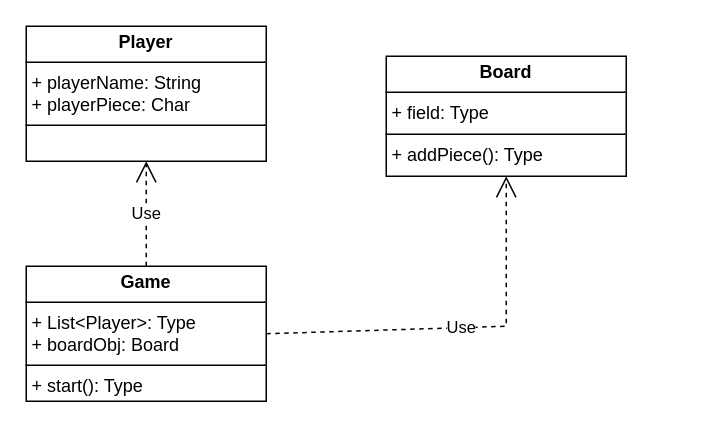
This is TicTacToeLLD/TicTacToe.drawio from ak56867/SystemDesign, a draw.io file, before an edit. Source tidied: cells renumbered, new cells numbered last; positions are measured from the earlier drawing's top-left corner, leaving out a move shared by most shapes. Both pictures are drawn from the tidied source at 150%, with x=0, y=0 at pixel (26, 26).
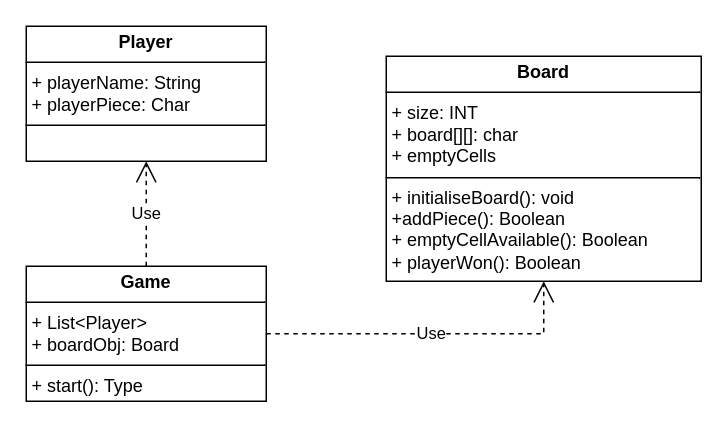
The same page after the edit.

What changed in the source:
```diff
@@
 <mxGraphModel>
   <root>
     <mxCell id="0" />
     <mxCell id="1" parent="0" />
     <mxCell id="2" value="&lt;p style=&quot;margin:0px;margin-top:4px;text-align:center;&quot;&gt;&lt;b&gt;Player&lt;/b&gt;&lt;/p&gt;&lt;hr size=&quot;1&quot; style=&quot;border-style:solid;&quot;&gt;&lt;p style=&quot;margin:0px;margin-left:4px;&quot;&gt;+ playerName: String&lt;/p&gt;&lt;p style=&quot;margin:0px;margin-left:4px;&quot;&gt;+ playerPiece: Char&lt;/p&gt;&lt;hr size=&quot;1&quot; style=&quot;border-style:solid;&quot;&gt;&lt;p style=&quot;margin:0px;margin-left:4px;&quot;&gt;&lt;br&gt;&lt;/p&gt;" style="verticalAlign=top;align=left;overflow=fill;html=1;whiteSpace=wrap;" parent="1" vertex="1">
       <mxGeometry width="160" height="90" as="geometry" />
     </mxCell>
-    <mxCell id="3" value="&lt;p style=&quot;margin:0px;margin-top:4px;text-align:center;&quot;&gt;&lt;b&gt;Board&lt;/b&gt;&lt;/p&gt;&lt;hr size=&quot;1&quot; style=&quot;border-style:solid;&quot;&gt;&lt;p style=&quot;margin:0px;margin-left:4px;&quot;&gt;+ field: Type&lt;/p&gt;&lt;hr size=&quot;1&quot; style=&quot;border-style:solid;&quot;&gt;&lt;p style=&quot;margin:0px;margin-left:4px;&quot;&gt;+ addPiece(): Type&lt;/p&gt;" style="verticalAlign=top;align=left;overflow=fill;html=1;whiteSpace=wrap;" parent="1" vertex="1">
-      <mxGeometry x="240" y="20" width="160" height="80" as="geometry" />
+    <mxCell id="3" value="&lt;p style=&quot;margin:0px;margin-top:4px;text-align:center;&quot;&gt;&lt;b&gt;Board&lt;/b&gt;&lt;/p&gt;&lt;hr size=&quot;1&quot; style=&quot;border-style:solid;&quot;&gt;&lt;p style=&quot;margin:0px;margin-left:4px;&quot;&gt;+ size: INT&lt;/p&gt;&lt;p style=&quot;margin:0px;margin-left:4px;&quot;&gt;+ board[][]: char&lt;/p&gt;&lt;p style=&quot;margin:0px;margin-left:4px;&quot;&gt;+ emptyCells&lt;/p&gt;&lt;hr size=&quot;1&quot; style=&quot;border-style:solid;&quot;&gt;&lt;p style=&quot;margin:0px;margin-left:4px;&quot;&gt;+ initialiseBoard(): void&lt;/p&gt;&lt;p style=&quot;margin:0px;margin-left:4px;&quot;&gt;+addPiece(): Boolean&lt;/p&gt;&lt;p style=&quot;margin:0px;margin-left:4px;&quot;&gt;+ emptyCellAvailable(): Boolean&lt;/p&gt;&lt;p style=&quot;margin:0px;margin-left:4px;&quot;&gt;+ playerWon(): Boolean&lt;/p&gt;" style="verticalAlign=top;align=left;overflow=fill;html=1;whiteSpace=wrap;" parent="1" vertex="1">
+      <mxGeometry x="240" y="20" width="210" height="150" as="geometry" />
     </mxCell>
-    <mxCell id="4" value="&lt;p style=&quot;margin:0px;margin-top:4px;text-align:center;&quot;&gt;&lt;b&gt;Game&lt;/b&gt;&lt;/p&gt;&lt;hr size=&quot;1&quot; style=&quot;border-style:solid;&quot;&gt;&lt;p style=&quot;margin:0px;margin-left:4px;&quot;&gt;+ List&amp;lt;Player&amp;gt;: Type&lt;/p&gt;&lt;p style=&quot;margin:0px;margin-left:4px;&quot;&gt;+ boardObj: Board&lt;/p&gt;&lt;hr size=&quot;1&quot; style=&quot;border-style:solid;&quot;&gt;&lt;p style=&quot;margin:0px;margin-left:4px;&quot;&gt;+ start(): Type&lt;/p&gt;" style="verticalAlign=top;align=left;overflow=fill;html=1;whiteSpace=wrap;" parent="1" vertex="1">
+    <mxCell id="4" value="&lt;p style=&quot;margin:0px;margin-top:4px;text-align:center;&quot;&gt;&lt;b&gt;Game&lt;/b&gt;&lt;/p&gt;&lt;hr size=&quot;1&quot; style=&quot;border-style:solid;&quot;&gt;&lt;p style=&quot;margin:0px;margin-left:4px;&quot;&gt;+ List&amp;lt;Player&amp;gt;&lt;/p&gt;&lt;p style=&quot;margin:0px;margin-left:4px;&quot;&gt;+ boardObj: Board&lt;/p&gt;&lt;hr size=&quot;1&quot; style=&quot;border-style:solid;&quot;&gt;&lt;p style=&quot;margin:0px;margin-left:4px;&quot;&gt;+ start(): Type&lt;/p&gt;" style="verticalAlign=top;align=left;overflow=fill;html=1;whiteSpace=wrap;" parent="1" vertex="1">
       <mxGeometry y="160" width="160" height="90" as="geometry" />
     </mxCell>
     <mxCell id="5" value="Use" style="endArrow=open;endSize=12;dashed=1;html=1;rounded=0;exitX=1;exitY=0.5;exitDx=0;exitDy=0;entryX=0.5;entryY=1;entryDx=0;entryDy=0;" parent="1" edge="1" source="4" target="3">
       <mxGeometry relative="1" as="geometry">
         <Array as="points">
-          <mxPoint x="320" y="200" />
+          <mxPoint x="345" y="205" />
         </Array>
       </mxGeometry>
     </mxCell>
     <mxCell id="6" value="Use" style="endArrow=open;endSize=12;dashed=1;html=1;rounded=0;exitX=0.5;exitY=0;exitDx=0;exitDy=0;entryX=0.5;entryY=1;entryDx=0;entryDy=0;" parent="1" edge="1" source="4" target="2">
       <mxGeometry relative="1" as="geometry" />
     </mxCell>
   </root>
 </mxGraphModel>
```
